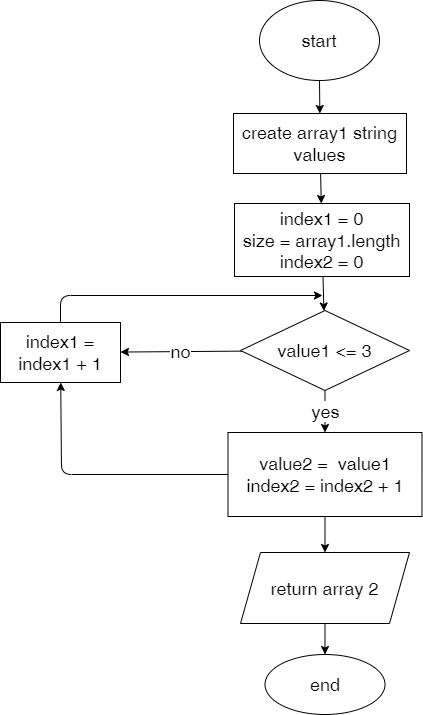
Before: alg.drawio.png, a diagram exported from draw.io (sergdmi/IT-start). Source tidied: cells renumbered, new cells last; positions are measured from the earlier drawing's top-left corner, leaving out a move shared by most shapes.
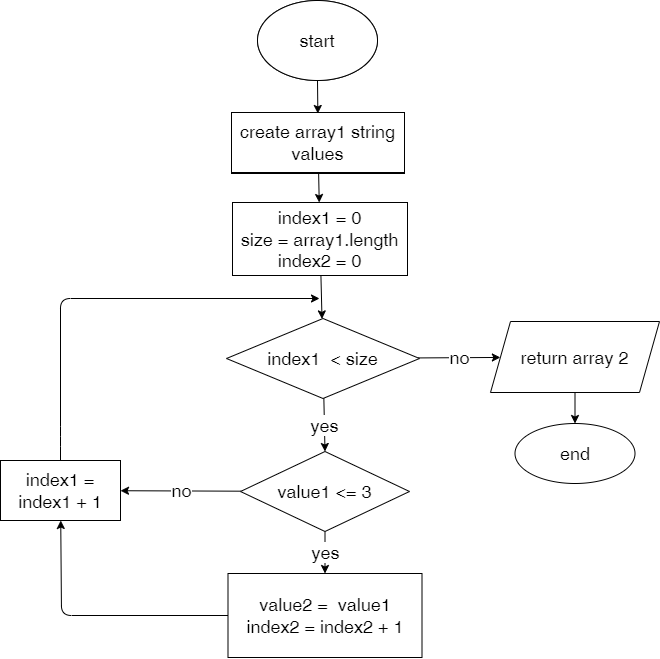
After the commit.

Commit message:
task drawing amended

What changed in the source:
```diff
@@ -6,19 +6,19 @@
       <mxGeometry relative="1" as="geometry" />
     </mxCell>
     <mxCell id="3" value="start" style="ellipse;whiteSpace=wrap;html=1;fontSize=18;" parent="1" vertex="1">
-      <mxGeometry x="259" width="120" height="80" as="geometry" />
+      <mxGeometry x="257" y="-141" width="120" height="80" as="geometry" />
     </mxCell>
     <mxCell id="4" style="edgeStyle=none;html=1;fontSize=18;" parent="1" edge="1" source="5" target="7">
       <mxGeometry relative="1" as="geometry" />
     </mxCell>
     <mxCell id="5" value="create array1 string values" style="whiteSpace=wrap;html=1;fontSize=18;" parent="1" vertex="1">
-      <mxGeometry x="233" y="113" width="173" height="60" as="geometry" />
+      <mxGeometry x="231" y="-28" width="173" height="60" as="geometry" />
     </mxCell>
-    <mxCell id="6" style="edgeStyle=none;html=1;fontSize=18;" parent="1" edge="1" source="7" target="10">
-      <mxGeometry relative="1" as="geometry" />
-    </mxCell>
+    <mxCell id="19" style="edgeStyle=none;html=1;" parent="1" edge="1" source="7" target="24">
+      <mxGeometry relative="1" as="geometry" />
+    </mxCell>
     <mxCell id="7" value="index1 = 0&lt;br&gt;size = array1.length&lt;br&gt;index2 = 0" style="whiteSpace=wrap;html=1;fontSize=18;" parent="1" vertex="1">
-      <mxGeometry x="234" y="203" width="175" height="73" as="geometry" />
+      <mxGeometry x="232" y="61" width="175" height="73" as="geometry" />
     </mxCell>
     <mxCell id="8" value="yes" style="edgeStyle=none;html=1;fontSize=18;" parent="1" edge="1" source="10" target="13">
       <mxGeometry relative="1" as="geometry" />
@@ -36,31 +36,44 @@
         </Array>
       </mxGeometry>
     </mxCell>
-    <mxCell id="12" style="edgeStyle=none;html=1;fontSize=18;" parent="1" edge="1" source="13" target="17">
-      <mxGeometry relative="1" as="geometry" />
-    </mxCell>
     <mxCell id="13" value="value2 =&amp;nbsp; value1&lt;br&gt;index2 = index2 + 1" style="whiteSpace=wrap;html=1;fontSize=18;" parent="1" vertex="1">
       <mxGeometry x="227.5" y="432" width="194" height="84" as="geometry" />
     </mxCell>
     <mxCell id="14" style="edgeStyle=none;html=1;fontSize=18;" parent="1" edge="1" source="15">
       <mxGeometry relative="1" as="geometry">
-        <mxPoint x="322" y="295" as="targetPoint" />
+        <mxPoint x="319" y="157" as="targetPoint" />
         <Array as="points">
           <mxPoint x="60" y="295" />
+          <mxPoint x="60" y="157" />
         </Array>
       </mxGeometry>
     </mxCell>
     <mxCell id="15" value="index1 = index1 + 1" style="whiteSpace=wrap;html=1;fontSize=18;" parent="1" vertex="1">
-      <mxGeometry y="322" width="120" height="60" as="geometry" />
+      <mxGeometry y="319" width="120" height="60" as="geometry" />
     </mxCell>
     <mxCell id="16" style="edgeStyle=none;html=1;fontSize=18;" parent="1" edge="1" source="17" target="18">
       <mxGeometry relative="1" as="geometry" />
     </mxCell>
     <mxCell id="17" value="return array 2" style="shape=parallelogram;perimeter=parallelogramPerimeter;whiteSpace=wrap;html=1;fixedSize=1;fontSize=18;" parent="1" vertex="1">
-      <mxGeometry x="240" y="552" width="169" height="71" as="geometry" />
+      <mxGeometry x="490" y="180" width="169" height="71" as="geometry" />
     </mxCell>
     <mxCell id="18" value="end" style="ellipse;whiteSpace=wrap;html=1;fontSize=18;" parent="1" vertex="1">
-      <mxGeometry x="264.5" y="654" width="120" height="60" as="geometry" />
+      <mxGeometry x="514.5" y="282" width="120" height="60" as="geometry" />
     </mxCell>
+    <mxCell id="20" value="start" style="ellipse;whiteSpace=wrap;html=1;fontSize=18;" parent="1" vertex="1">
+      <mxGeometry x="257" y="-141" width="120" height="80" as="geometry" />
+    </mxCell>
+    <mxCell id="21" value="create array1 string values" style="whiteSpace=wrap;html=1;fontSize=18;" parent="1" vertex="1">
+      <mxGeometry x="231" y="-29" width="173" height="60" as="geometry" />
+    </mxCell>
+    <mxCell id="22" value="yes" style="edgeStyle=none;html=1;entryX=0.5;entryY=0;entryDx=0;entryDy=0;strokeWidth=1;fontSize=18;" parent="1" edge="1" source="24" target="10">
+      <mxGeometry relative="1" as="geometry" />
+    </mxCell>
+    <mxCell id="23" value="no" style="edgeStyle=none;html=1;fontSize=18;strokeWidth=1;" parent="1" edge="1" source="24" target="17">
+      <mxGeometry relative="1" as="geometry" />
+    </mxCell>
+    <mxCell id="24" value="index1&amp;nbsp; &amp;lt; size" style="rhombus;whiteSpace=wrap;html=1;fontSize=18;" parent="1" vertex="1">
+      <mxGeometry x="226" y="177" width="193" height="80" as="geometry" />
+    </mxCell>
   </root>
 </mxGraphModel>
```
